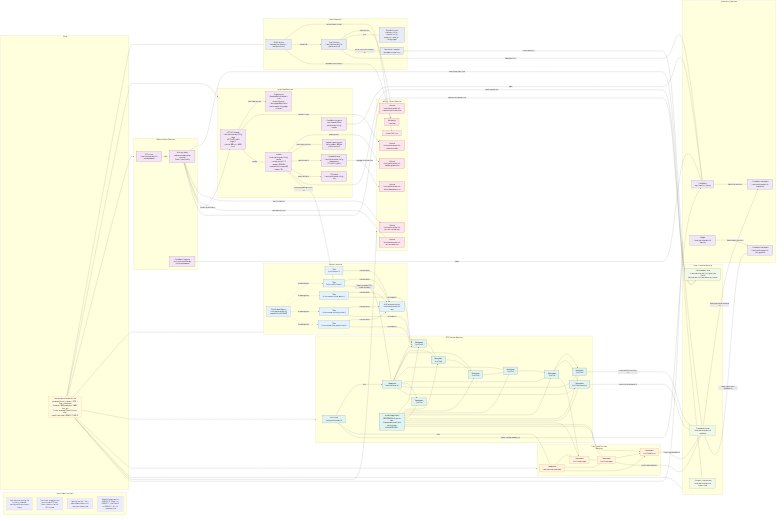
Before: docs/design/platform/dev_full/graph/readiness/dev_full_platform_resources_production_ready_current_v0.mermaid.png, a diagram exported from Mermaid (EsosaOrumwese/fraud-detection-system). Its source is kept beside it as docs/design/platform/dev_full/graph/readiness/dev_full_platform_resources_production_ready_current_v0.mermaid.mmd.
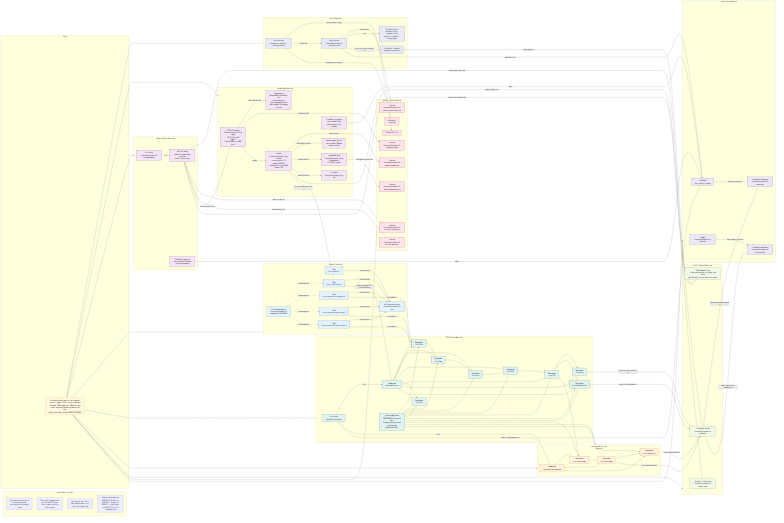
After the change.

Change to the diagram source:
```diff
@@ -9,11 +9,11 @@
     L1["Only resources backing the currently promoted working-platform core are shown"]
     L2["The current promoted core now includes RTDL and Case + Label on the live EKS runtime"]
     L3["Learning and Ops / Gov / Meta remain absent until their own phases close"]
-    L4["Phase 0 closed green on 2026-03-10, Phase 1 on 2026-03-11, and Phase 3 on 2026-03-11 for this promoted core"]
+    L4["Phase 0 closed green on 2026-03-10, Phase 1 on 2026-03-11, Phase 3 on 2026-03-11, and Phase 4 on 2026-03-12 for this promoted core"]
   end
 
   subgraph NOTE["Scope"]
-    N1["Concrete resource view for the promoted Control + Ingress + RTDL + Case + Label core<br>Envelope: 3000 steady eps / 6000 burst eps<br>Current accepted Phase 3 closure slice: phase3_case_label_20260311T142813Z"]
+    N1["Concrete resource view for the promoted Control + Ingress + RTDL + Case + Label core<br>Envelope: 3000 steady eps / 6000 burst eps<br>Current accepted Phase 4 coupled closure slice: phase4_case_label_coupled_20260312T003302Z"]
   end
 
   subgraph CONTROL["Control Resources"]
```
